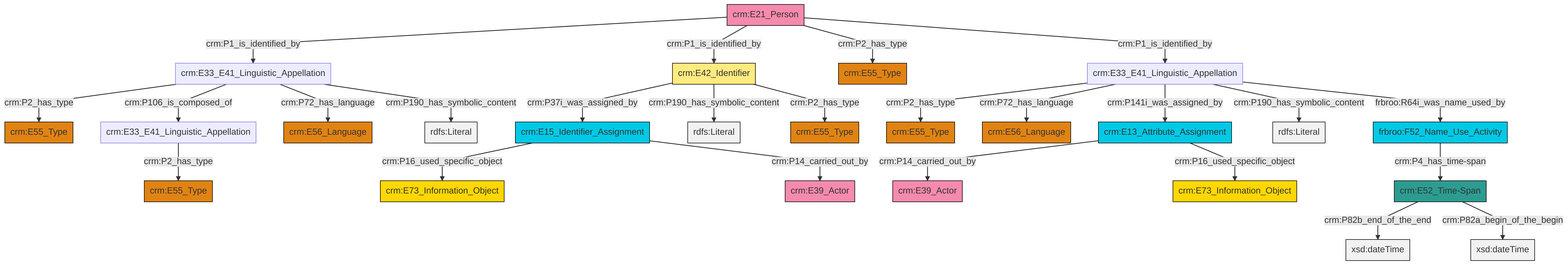
Above: et/personCSV/ttl/mmd/png/Person_Names_and_Classification.png in swiss-art-research-net/reference-data-models (Mermaid), before the change. Its source is kept beside it as et/personCSV/ttl/mmd/Person_Names_and_Classification.ttl.mmd.
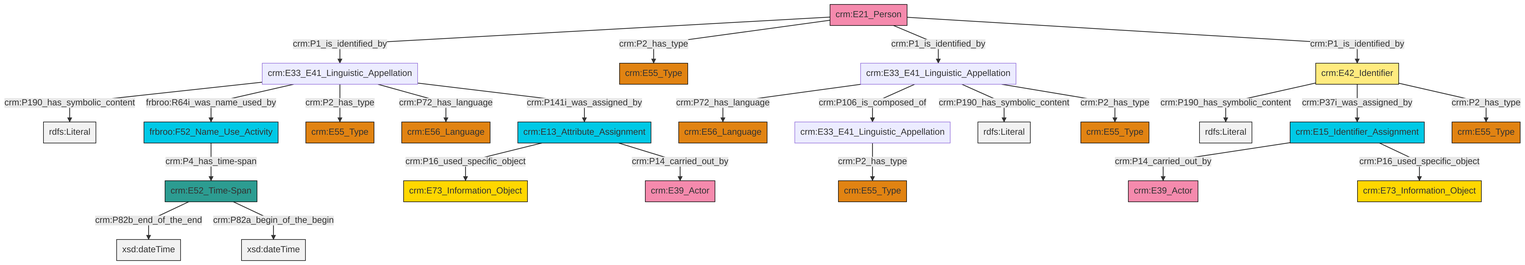
The same diagram one commit later.

The edit, as a diff of the source:
```diff
@@ -13,27 +13,27 @@
 classDef PC_Classes fill:#4ce600, stroke:#000000;
 classDef Multi fill:#cccccc,stroke:#000000;
 
-2["crm:E33_E41_Linguistic_Appellation"]:::Default -->|crm:P2_has_type| 3["crm:E55_Type"]:::Type
-4["crm:E33_E41_Linguistic_Appellation"]:::Default -->|crm:P2_has_type| 5["crm:E55_Type"]:::Type
-6["crm:E33_E41_Linguistic_Appellation"]:::Default -->|crm:P2_has_type| 7["crm:E55_Type"]:::Type
-0["crm:E42_Identifier"]:::Appellation -->|crm:P37i_was_assigned_by| 8["crm:E15_Identifier_Assignment"]:::Temporal_Entity
-9["crm:E52_Time-Span"]:::Time-Span -->|crm:P82b_end_of_the_end| 10[xsd:dateTime]:::Literal
-11["frbroo:F52_Name_Use_Activity"]:::Temporal_Entity -->|crm:P4_has_time-span| 9["crm:E52_Time-Span"]:::Time-Span
-2["crm:E33_E41_Linguistic_Appellation"]:::Default -->|crm:P106_is_composed_of| 6["crm:E33_E41_Linguistic_Appellation"]:::Default
-17["crm:E21_Person"]:::Actor -->|crm:P1_is_identified_by| 2["crm:E33_E41_Linguistic_Appellation"]:::Default
-8["crm:E15_Identifier_Assignment"]:::Temporal_Entity -->|crm:P16_used_specific_object| 19["crm:E73_Information_Object"]:::Conceptual_Object
-9["crm:E52_Time-Span"]:::Time-Span -->|crm:P82a_begin_of_the_begin| 21[xsd:dateTime]:::Literal
-0["crm:E42_Identifier"]:::Appellation -->|crm:P190_has_symbolic_content| 27[rdfs:Literal]:::Literal
-8["crm:E15_Identifier_Assignment"]:::Temporal_Entity -->|crm:P14_carried_out_by| 12["crm:E39_Actor"]:::Actor
-17["crm:E21_Person"]:::Actor -->|crm:P1_is_identified_by| 0["crm:E42_Identifier"]:::Appellation
-4["crm:E33_E41_Linguistic_Appellation"]:::Default -->|crm:P72_has_language| 28["crm:E56_Language"]:::Type
-17["crm:E21_Person"]:::Actor -->|crm:P2_has_type| 30["crm:E55_Type"]:::Type
-4["crm:E33_E41_Linguistic_Appellation"]:::Default -->|crm:P141i_was_assigned_by| 31["crm:E13_Attribute_Assignment"]:::Temporal_Entity
-0["crm:E42_Identifier"]:::Appellation -->|crm:P2_has_type| 33["crm:E55_Type"]:::Type
-2["crm:E33_E41_Linguistic_Appellation"]:::Default -->|crm:P72_has_language| 15["crm:E56_Language"]:::Type
-4["crm:E33_E41_Linguistic_Appellation"]:::Default -->|crm:P190_has_symbolic_content| 39[rdfs:Literal]:::Literal
-4["crm:E33_E41_Linguistic_Appellation"]:::Default -->|frbroo:R64i_was_name_used_by| 11["frbroo:F52_Name_Use_Activity"]:::Temporal_Entity
-31["crm:E13_Attribute_Assignment"]:::Temporal_Entity -->|crm:P14_carried_out_by| 43["crm:E39_Actor"]:::Actor
-2["crm:E33_E41_Linguistic_Appellation"]:::Default -->|crm:P190_has_symbolic_content| 44[rdfs:Literal]:::Literal
-31["crm:E13_Attribute_Assignment"]:::Temporal_Entity -->|crm:P16_used_specific_object| 25["crm:E73_Information_Object"]:::Conceptual_Object
-17["crm:E21_Person"]:::Actor -->|crm:P1_is_identified_by| 4["crm:E33_E41_Linguistic_Appellation"]:::Default
+0["crm:E21_Person"]:::Actor -->|crm:P1_is_identified_by| 1["crm:E33_E41_Linguistic_Appellation"]:::Default
+1["crm:E33_E41_Linguistic_Appellation"]:::Default -->|crm:P190_has_symbolic_content| 6[rdfs:Literal]:::Literal
+2["crm:E42_Identifier"]:::Appellation -->|crm:P190_has_symbolic_content| 9[rdfs:Literal]:::Literal
+1["crm:E33_E41_Linguistic_Appellation"]:::Default -->|frbroo:R64i_was_name_used_by| 12["frbroo:F52_Name_Use_Activity"]:::Temporal_Entity
+0["crm:E21_Person"]:::Actor -->|crm:P2_has_type| 15["crm:E55_Type"]:::Type
+23["crm:E13_Attribute_Assignment"]:::Temporal_Entity -->|crm:P16_used_specific_object| 13["crm:E73_Information_Object"]:::Conceptual_Object
+24["crm:E52_Time-Span"]:::Time-Span -->|crm:P82b_end_of_the_end| 25[xsd:dateTime]:::Literal
+2["crm:E42_Identifier"]:::Appellation -->|crm:P37i_was_assigned_by| 26["crm:E15_Identifier_Assignment"]:::Temporal_Entity
+0["crm:E21_Person"]:::Actor -->|crm:P1_is_identified_by| 33["crm:E33_E41_Linguistic_Appellation"]:::Default
+2["crm:E42_Identifier"]:::Appellation -->|crm:P2_has_type| 18["crm:E55_Type"]:::Type
+12["frbroo:F52_Name_Use_Activity"]:::Temporal_Entity -->|crm:P4_has_time-span| 24["crm:E52_Time-Span"]:::Time-Span
+24["crm:E52_Time-Span"]:::Time-Span -->|crm:P82a_begin_of_the_begin| 37[xsd:dateTime]:::Literal
+16["crm:E33_E41_Linguistic_Appellation"]:::Default -->|crm:P2_has_type| 38["crm:E55_Type"]:::Type
+1["crm:E33_E41_Linguistic_Appellation"]:::Default -->|crm:P2_has_type| 10["crm:E55_Type"]:::Type
+1["crm:E33_E41_Linguistic_Appellation"]:::Default -->|crm:P72_has_language| 21["crm:E56_Language"]:::Type
+33["crm:E33_E41_Linguistic_Appellation"]:::Default -->|crm:P72_has_language| 7["crm:E56_Language"]:::Type
+0["crm:E21_Person"]:::Actor -->|crm:P1_is_identified_by| 2["crm:E42_Identifier"]:::Appellation
+33["crm:E33_E41_Linguistic_Appellation"]:::Default -->|crm:P106_is_composed_of| 16["crm:E33_E41_Linguistic_Appellation"]:::Default
+26["crm:E15_Identifier_Assignment"]:::Temporal_Entity -->|crm:P14_carried_out_by| 42["crm:E39_Actor"]:::Actor
+33["crm:E33_E41_Linguistic_Appellation"]:::Default -->|crm:P190_has_symbolic_content| 43[rdfs:Literal]:::Literal
+1["crm:E33_E41_Linguistic_Appellation"]:::Default -->|crm:P141i_was_assigned_by| 23["crm:E13_Attribute_Assignment"]:::Temporal_Entity
+26["crm:E15_Identifier_Assignment"]:::Temporal_Entity -->|crm:P16_used_specific_object| 34["crm:E73_Information_Object"]:::Conceptual_Object
+23["crm:E13_Attribute_Assignment"]:::Temporal_Entity -->|crm:P14_carried_out_by| 4["crm:E39_Actor"]:::Actor
+33["crm:E33_E41_Linguistic_Appellation"]:::Default -->|crm:P2_has_type| 31["crm:E55_Type"]:::Type
```
